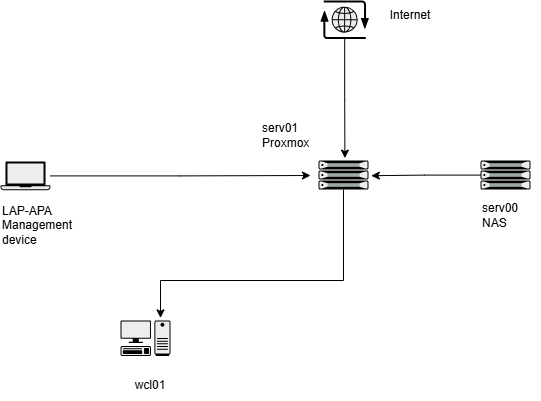
kota-shen/kota-shen keeps this draw.io diagram as assets/diagrams/schéma.png. Above is the earlier version. Source tidied: cells renumbered, new cells last; positions are measured from the earlier drawing's top-left corner, leaving out a move shared by most shapes.
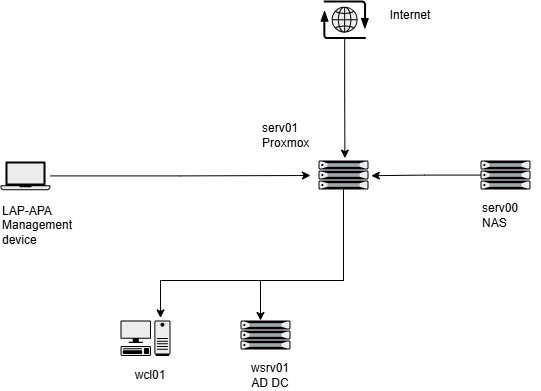
After the commit.

The edit, as a diff of the source:
```diff
@@ -41,7 +41,7 @@
       <mxGeometry x="120" y="320" width="50" height="35.5" as="geometry" />
     </mxCell>
     <mxCell id="14" value="wcl01" style="text;html=1;whiteSpace=wrap;strokeColor=none;fillColor=none;align=center;verticalAlign=middle;rounded=0;" parent="1" vertex="1">
-      <mxGeometry x="120" y="370" width="60" height="30" as="geometry" />
+      <mxGeometry x="120" y="360" width="60" height="30" as="geometry" />
     </mxCell>
     <mxCell id="15" style="edgeStyle=orthogonalEdgeStyle;rounded=0;jettySize=auto;html=1;entryX=0.8;entryY=-0.073;entryDx=0;entryDy=0;entryPerimeter=0;" parent="1" edge="1" source="3" target="13">
       <mxGeometry relative="1" as="geometry">
@@ -51,5 +51,19 @@
         </Array>
       </mxGeometry>
     </mxCell>
+    <mxCell id="16" style="fillColorStyles=neutralFill;neutralFill=#9DA6A8;shape=mxgraph.networks2.icon;fillColor=#EDEDED;strokeColor=#000000;gradientColor=#5B6163;network2IconShadow=1;network2bgFillColor=none;labelPosition=center;verticalLabelPosition=bottom;align=center;verticalAlign=top;network2Icon=mxgraph.networks2.server;network2IconW=1.0001;network2IconH=0.5812;" parent="1" vertex="1">
+      <mxGeometry x="240" y="320" width="50" height="29.1" as="geometry" />
+    </mxCell>
+    <mxCell id="17" value="wsrv01&lt;div&gt;AD DC&lt;/div&gt;" style="text;html=1;whiteSpace=wrap;strokeColor=none;fillColor=none;align=center;verticalAlign=middle;rounded=0;" parent="1" vertex="1">
+      <mxGeometry x="240" y="360" width="60" height="30" as="geometry" />
+    </mxCell>
+    <mxCell id="18" style="edgeStyle=orthogonalEdgeStyle;rounded=0;jettySize=auto;html=1;entryX=0.4;entryY=0;entryDx=0;entryDy=0;entryPerimeter=0;" parent="1" edge="1" source="3" target="16">
+      <mxGeometry relative="1" as="geometry">
+        <Array as="points">
+          <mxPoint x="343" y="280" />
+          <mxPoint x="260" y="280" />
+        </Array>
+      </mxGeometry>
+    </mxCell>
   </root>
 </mxGraphModel>
```
